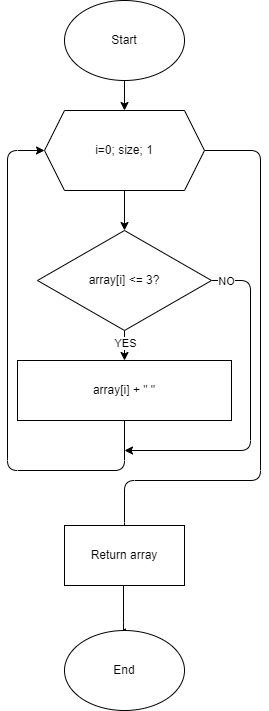
Before: 2.MainMethodSortReturn.drawio.png, a diagram exported from draw.io (wdlts/EXAMINATION_CSHARP). Source tidied: cells renumbered, new cells last; positions are measured from the earlier drawing's top-left corner, leaving out a move shared by most shapes.
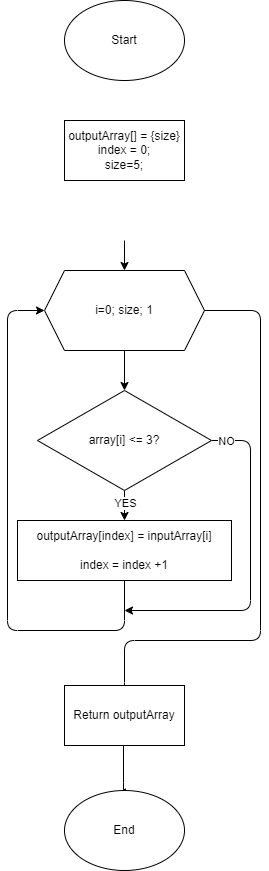
After the change.

Commit message:
Code changes added, diagram changed

Change to the diagram source:
```diff
@@ -56,17 +56,20 @@
         </Array>
       </mxGeometry>
     </mxCell>
-    <mxCell id="12" value="array[i] + &quot; &quot;" style="rounded=0;whiteSpace=wrap;html=1;" parent="1" vertex="1">
+    <mxCell id="12" value="outputArray[index] = inputArray[i]&lt;br&gt;&lt;br&gt;index = index +1" style="rounded=0;whiteSpace=wrap;html=1;" parent="1" vertex="1">
       <mxGeometry x="10" y="360" width="214" height="60" as="geometry" />
     </mxCell>
     <mxCell id="13" value="&lt;span&gt;Start&lt;/span&gt;" style="ellipse;whiteSpace=wrap;html=1;" parent="1" vertex="1">
-      <mxGeometry x="57" width="120" height="80" as="geometry" />
+      <mxGeometry x="57" y="-160" width="120" height="80" as="geometry" />
     </mxCell>
     <mxCell id="14" value="End" style="ellipse;whiteSpace=wrap;html=1;" parent="1" vertex="1">
       <mxGeometry x="57" y="630" width="120" height="80" as="geometry" />
     </mxCell>
-    <mxCell id="15" value="Return array" style="rounded=0;whiteSpace=wrap;html=1;" parent="1" vertex="1">
+    <mxCell id="15" value="Return outputArray" style="rounded=0;whiteSpace=wrap;html=1;" parent="1" vertex="1">
       <mxGeometry x="57" y="525" width="120" height="60" as="geometry" />
     </mxCell>
+    <mxCell id="16" value="outputArray[] = {size}&lt;br&gt;index = 0;&lt;br&gt;size=5;" style="rounded=0;whiteSpace=wrap;html=1;" parent="1" vertex="1">
+      <mxGeometry x="57" y="-40" width="120" height="60" as="geometry" />
+    </mxCell>
   </root>
 </mxGraphModel>
```
